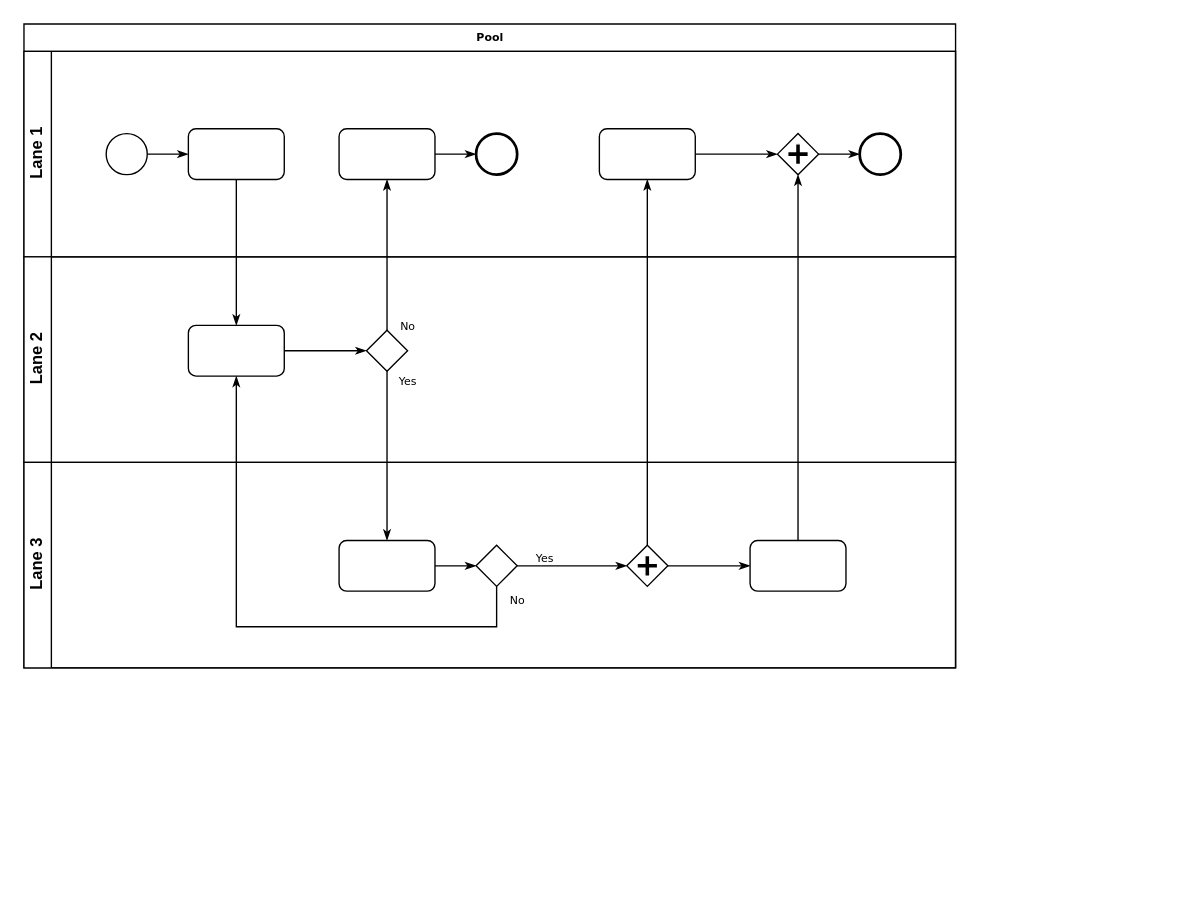
Earlier version of the draw.io diagram disenioDeInvestigacion.drawio (julnarot/charts-improv-perform). Source tidied: cells renumbered, new cells numbered last; positions are measured from the earlier drawing's top-left corner, leaving out a move shared by most shapes. Both pictures are drawn from the tidied source at 137%, with x=0, y=0 at pixel (23, 23).
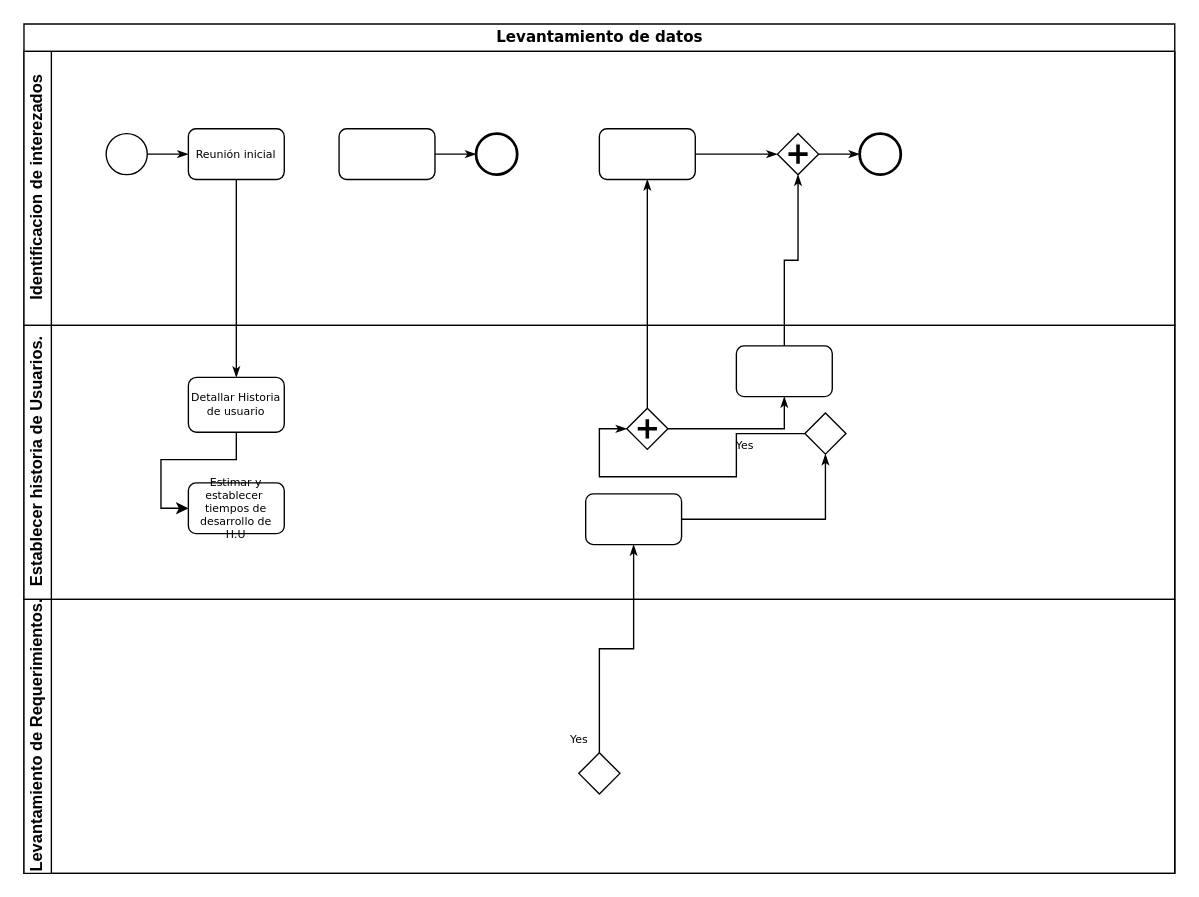
The same page after the edit.

The change refers to these unchanged cells:
```xml
<mxCell id="8" style="rounded=1;whiteSpace=wrap;html=1;shadow=0;labelBackgroundColor=none;strokeWidth=1;fontFamily=Verdana;fontSize=8;align=center;" parent="3" vertex="1">
  <mxGeometry x="230" y="56.5" width="70" height="37" as="geometry" />
</mxCell>
```

The edit, as a diff of the source:
```diff
@@
-    <mxCell id="2" value="Pool" style="swimlane;html=1;horizontal=1;startSize=20;rounded=0;shadow=0;labelBackgroundColor=none;strokeWidth=1;fontFamily=Verdana;fontSize=8;align=center;" parent="1" vertex="1">
-      <mxGeometry width="680" height="470" as="geometry" />
+    <mxCell id="2" value="&lt;font style=&quot;font-size: 11px&quot;&gt;Levantamiento de datos&lt;/font&gt;" style="swimlane;html=1;horizontal=1;startSize=20;rounded=0;shadow=0;labelBackgroundColor=none;strokeWidth=1;fontFamily=Verdana;fontSize=8;align=center;" parent="1" vertex="1">
+      <mxGeometry width="840" height="620" as="geometry" />
     </mxCell>
-    <mxCell id="3" value="Lane 1" style="swimlane;html=1;startSize=20;horizontal=0;" parent="2" vertex="1">
-      <mxGeometry y="20" width="680" height="150" as="geometry" />
+    <mxCell id="3" value="Identificacion de interezados" style="swimlane;html=1;startSize=20;horizontal=0;" parent="2" vertex="1">
+      <mxGeometry y="20" width="840" height="200" as="geometry" />
     </mxCell>
@@
-    <mxCell id="6" style="rounded=1;whiteSpace=wrap;html=1;shadow=0;labelBackgroundColor=none;strokeWidth=1;fontFamily=Verdana;fontSize=8;align=center;" parent="3" vertex="1">
+    <mxCell id="6" value="Reunión inicial" style="rounded=1;whiteSpace=wrap;html=1;shadow=0;labelBackgroundColor=none;strokeWidth=1;fontFamily=Verdana;fontSize=8;align=center;" parent="3" vertex="1">
       <mxGeometry x="120" y="56.5" width="70" height="37" as="geometry" />
     </mxCell>
@@
-    <mxCell id="15" value="Lane 2" style="swimlane;html=1;startSize=20;horizontal=0;" parent="2" vertex="1">
-      <mxGeometry y="170" width="680" height="150" as="geometry" />
-    </mxCell>
-    <mxCell id="16" style="edgeStyle=orthogonalEdgeStyle;rounded=0;html=1;labelBackgroundColor=none;startArrow=none;startFill=0;startSize=5;endArrow=classicThin;endFill=1;endSize=5;jettySize=auto;strokeWidth=1;fontFamily=Verdana;fontSize=8;" parent="15" edge="1" source="17" target="18">
-      <mxGeometry relative="1" as="geometry" />
-    </mxCell>
-    <mxCell id="17" style="rounded=1;whiteSpace=wrap;html=1;shadow=0;labelBackgroundColor=none;strokeWidth=1;fontFamily=Verdana;fontSize=8;align=center;" parent="15" vertex="1">
-      <mxGeometry x="120" y="50" width="70" height="37" as="geometry" />
-    </mxCell>
-    <mxCell id="18" style="strokeWidth=1;html=1;shape=mxgraph.flowchart.decision;whiteSpace=wrap;rounded=1;shadow=0;labelBackgroundColor=none;fontFamily=Verdana;fontSize=8;align=center;" parent="15" vertex="1">
-      <mxGeometry x="250" y="53.5" width="30" height="30" as="geometry" />
-    </mxCell>
-    <mxCell id="19" value="Lane 3" style="swimlane;html=1;startSize=20;horizontal=0;" parent="2" vertex="1">
-      <mxGeometry y="320" width="680" height="150" as="geometry" />
+    <mxCell id="19" value="Establecer historia de Usuarios." style="swimlane;html=1;startSize=20;horizontal=0;" parent="2" vertex="1">
+      <mxGeometry y="220" width="840" height="200" as="geometry" />
     </mxCell>
@@
     <mxCell id="21" style="rounded=1;whiteSpace=wrap;html=1;shadow=0;labelBackgroundColor=none;strokeWidth=1;fontFamily=Verdana;fontSize=8;align=center;" parent="19" vertex="1">
-      <mxGeometry x="230" y="57" width="70" height="37" as="geometry" />
+      <mxGeometry x="410" y="123" width="70" height="37" as="geometry" />
     </mxCell>
@@
     <mxCell id="23" style="strokeWidth=1;html=1;shape=mxgraph.flowchart.decision;whiteSpace=wrap;rounded=1;shadow=0;labelBackgroundColor=none;fontFamily=Verdana;fontSize=8;align=center;" parent="19" vertex="1">
-      <mxGeometry x="330" y="60.5" width="30" height="30" as="geometry" />
+      <mxGeometry x="570" y="64" width="30" height="30" as="geometry" />
     </mxCell>
@@
     <mxCell id="26" style="rounded=1;whiteSpace=wrap;html=1;shadow=0;labelBackgroundColor=none;strokeWidth=1;fontFamily=Verdana;fontSize=8;align=center;" parent="19" vertex="1">
-      <mxGeometry x="530" y="57" width="70" height="37" as="geometry" />
+      <mxGeometry x="520" y="15" width="70" height="37" as="geometry" />
     </mxCell>
+    <mxCell id="17" value="Detallar Historia de usuario" style="rounded=1;whiteSpace=wrap;html=1;shadow=0;labelBackgroundColor=none;strokeWidth=1;fontFamily=Verdana;fontSize=8;align=center;" parent="19" vertex="1">
+      <mxGeometry x="120" y="38" width="70" height="40" as="geometry" />
+    </mxCell>
+    <mxCell id="33" value="Estimar y establecer&amp;nbsp; tiempos de desarrollo de H.U" style="rounded=1;whiteSpace=wrap;html=1;shadow=0;labelBackgroundColor=none;strokeWidth=1;fontFamily=Verdana;fontSize=8;align=center;" parent="19" vertex="1">
+      <mxGeometry x="120" y="115" width="70" height="37" as="geometry" />
+    </mxCell>
+    <mxCell id="34" style="edgeStyle=orthogonalEdgeStyle;rounded=0;jettySize=auto;html=1;entryX=0;entryY=0.5;entryDx=0;entryDy=0;fontSize=11;" parent="19" edge="1" source="17" target="33">
+      <mxGeometry relative="1" as="geometry">
+        <Array as="points">
+          <mxPoint x="155" y="98" />
+          <mxPoint x="100" y="98" />
+          <mxPoint x="100" y="134" />
+        </Array>
+      </mxGeometry>
+    </mxCell>
@@
-    <mxCell id="28" value="No" style="edgeStyle=orthogonalEdgeStyle;rounded=0;html=1;labelBackgroundColor=none;startArrow=none;startFill=0;startSize=5;endArrow=classicThin;endFill=1;endSize=5;jettySize=auto;strokeWidth=1;fontFamily=Verdana;fontSize=8;" parent="2" edge="1" source="18" target="8">
-      <mxGeometry x="-0.94" y="-15" relative="1" as="geometry" />
-    </mxCell>
+    <mxCell id="15" value="Levantamiento de Requerimientos." style="swimlane;html=1;startSize=20;horizontal=0;" parent="2" vertex="1">
+      <mxGeometry y="420" width="840" height="200" as="geometry" />
+    </mxCell>
+    <mxCell id="18" style="strokeWidth=1;html=1;shape=mxgraph.flowchart.decision;whiteSpace=wrap;rounded=1;shadow=0;labelBackgroundColor=none;fontFamily=Verdana;fontSize=8;align=center;" parent="15" vertex="1">
+      <mxGeometry x="405" y="112" width="30" height="30" as="geometry" />
+    </mxCell>
@@
-    <mxCell id="31" value="No" style="edgeStyle=orthogonalEdgeStyle;rounded=0;html=1;labelBackgroundColor=none;startArrow=none;startFill=0;startSize=5;endArrow=classicThin;endFill=1;endSize=5;jettySize=auto;strokeWidth=1;fontFamily=Verdana;fontSize=8;" parent="2" edge="1" source="23" target="17">
-      <mxGeometry x="-0.95" y="15" relative="1" as="geometry">
-        <Array as="points">
-          <mxPoint x="345" y="440" />
-          <mxPoint x="155" y="440" />
-        </Array>
-      </mxGeometry>
-    </mxCell>
```
